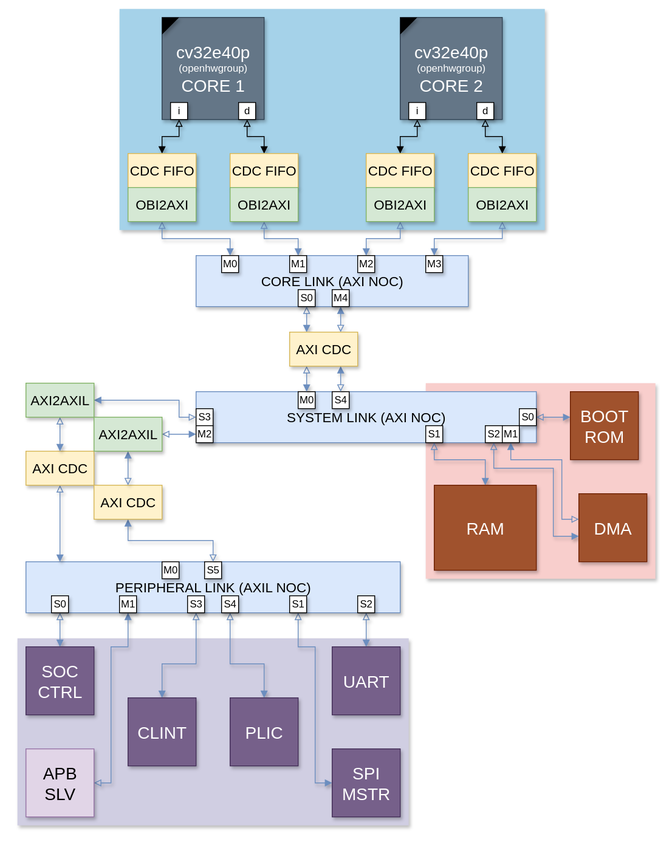
The draw.io diagram document/svg/dual_helix_noc_indexes.svg in DSi-VLSI/dual-helix-soc, before a commit. Source tidied: cells renumbered, new cells last; positions are measured from the earlier drawing's top-left corner, leaving out a move shared by most shapes.
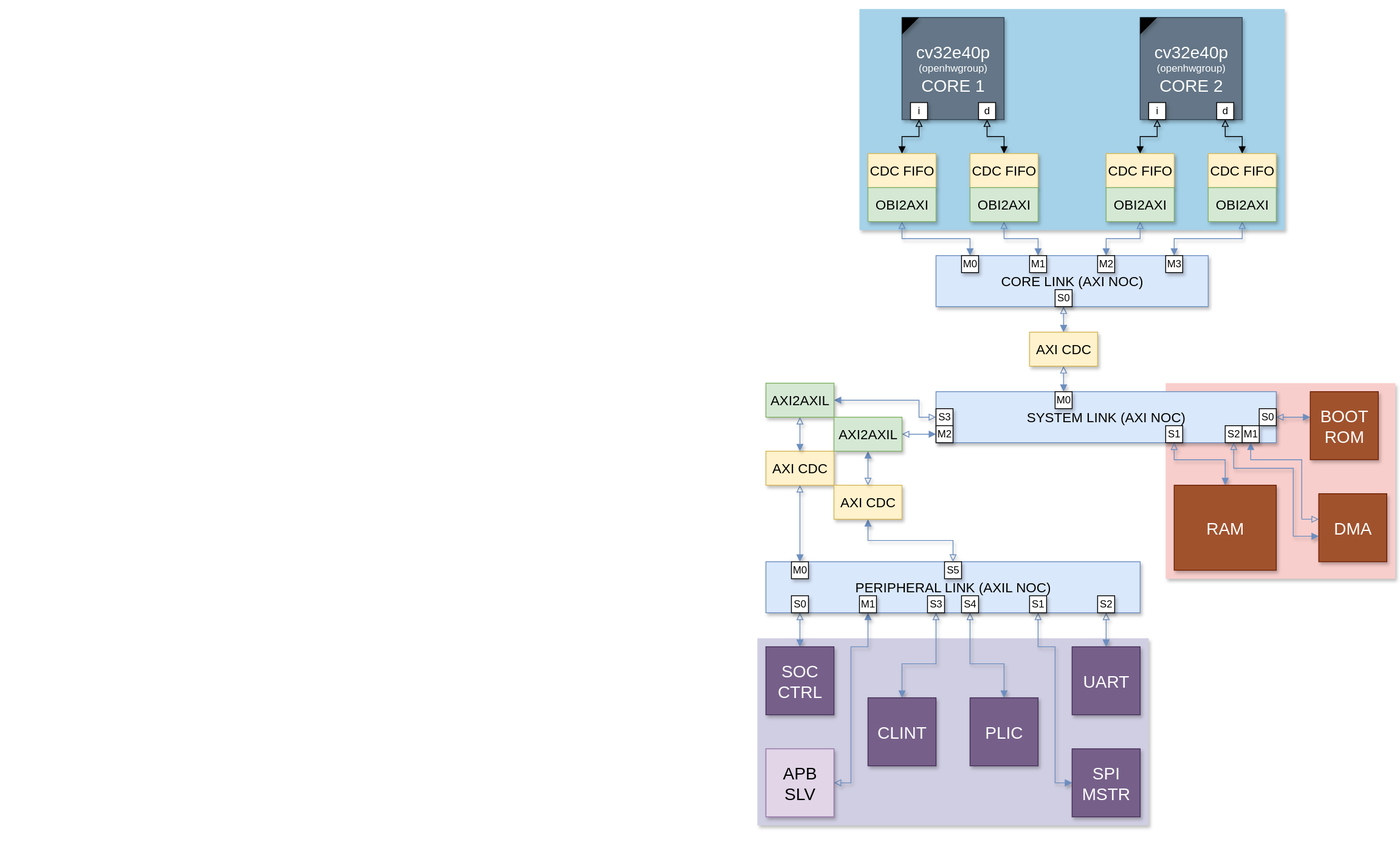
Later version of the same file.

Commit message:
modified:   document/AddressMap.md modified:   document/svg/dual_helix_noc_indexes.svg new file:   submodule/apb

The edit, as a diff of the source:
```diff
@@ -3,7 +3,7 @@
     <mxCell id="0" />
     <mxCell id="1" parent="0" />
     <mxCell id="2" style="rounded=0;whiteSpace=wrap;html=1;strokeColor=none;" parent="1" vertex="1">
-      <mxGeometry width="790" height="990" as="geometry" />
+      <mxGeometry x="-870" width="790" height="990" as="geometry" />
     </mxCell>
     <mxCell id="3" style="rounded=0;whiteSpace=wrap;html=1;fillColor=#f8cecc;strokeColor=none;shadow=1;" parent="1" vertex="1">
       <mxGeometry x="500" y="450" width="270" height="230" as="geometry" />
@@ -123,19 +123,11 @@
     <mxCell id="28" style="edgeStyle=orthogonalEdgeStyle;rounded=0;jettySize=auto;html=1;endArrow=block;endFill=1;startArrow=block;startFill=0;fillColor=#dae8fc;strokeColor=#6c8ebf;shadow=1;" parent="1" edge="1" source="30" target="80">
       <mxGeometry relative="1" as="geometry">
         <Array as="points">
-          <mxPoint x="360" y="380" />
-          <mxPoint x="360" y="380" />
+          <mxPoint x="380" y="380" />
+          <mxPoint x="380" y="380" />
         </Array>
       </mxGeometry>
     </mxCell>
-    <mxCell id="29" style="edgeStyle=orthogonalEdgeStyle;rounded=0;jettySize=auto;html=1;shadow=1;strokeColor=#6c8ebf;align=center;verticalAlign=middle;fontFamily=Helvetica;fontSize=11;fontColor=default;labelBackgroundColor=default;startArrow=block;startFill=0;endArrow=block;endFill=1;fillColor=#dae8fc;" parent="1" edge="1" source="80" target="30">
-      <mxGeometry relative="1" as="geometry">
-        <Array as="points">
-          <mxPoint x="400" y="370" />
-          <mxPoint x="400" y="370" />
-        </Array>
-      </mxGeometry>
-    </mxCell>
     <mxCell id="30" value="&lt;font style=&quot;font-size: 16px;&quot;&gt;CORE LINK (AXI NOC)&lt;/font&gt;" style="rounded=0;whiteSpace=wrap;html=1;shadow=1;fillColor=#dae8fc;strokeColor=#6c8ebf;" parent="1" vertex="1">
       <mxGeometry x="230" y="300" width="320" height="60" as="geometry" />
     </mxCell>
@@ -158,7 +150,7 @@
       <mxGeometry x="230" y="460" width="400" height="60" as="geometry" />
     </mxCell>
     <mxCell id="34" value="S0" style="rounded=0;whiteSpace=wrap;html=1;shadow=1;" parent="1" vertex="1">
-      <mxGeometry x="350" y="340" width="20" height="20" as="geometry" />
+      <mxGeometry x="370" y="340" width="20" height="20" as="geometry" />
     </mxCell>
     <mxCell id="35" value="M0" style="rounded=0;whiteSpace=wrap;html=1;shadow=1;" parent="1" vertex="1">
       <mxGeometry x="260" y="300" width="20" height="20" as="geometry" />
@@ -173,7 +165,7 @@
       <mxGeometry x="500" y="300" width="20" height="20" as="geometry" />
     </mxCell>
     <mxCell id="39" value="M0" style="rounded=0;whiteSpace=wrap;html=1;shadow=1;" parent="1" vertex="1">
-      <mxGeometry x="350" y="460" width="20" height="20" as="geometry" />
+      <mxGeometry x="370" y="460" width="20" height="20" as="geometry" />
     </mxCell>
     <mxCell id="40" style="edgeStyle=orthogonalEdgeStyle;rounded=0;jettySize=auto;html=1;endArrow=block;endFill=1;startArrow=block;startFill=0;fillColor=#dae8fc;strokeColor=#6c8ebf;shadow=1;" parent="1" edge="1" source="33" target="41">
       <mxGeometry relative="1" as="geometry">
@@ -326,7 +318,7 @@
       <mxGeometry x="470" y="20" width="20" height="20" as="geometry" />
     </mxCell>
     <mxCell id="72" value="M0" style="rounded=0;whiteSpace=wrap;html=1;shadow=1;" parent="1" vertex="1">
-      <mxGeometry x="190" y="660" width="20" height="20" as="geometry" />
+      <mxGeometry x="60" y="660" width="20" height="20" as="geometry" />
     </mxCell>
     <mxCell id="73" value="M1" style="rounded=0;whiteSpace=wrap;html=1;shadow=1;" parent="1" vertex="1">
       <mxGeometry x="590" y="500" width="20" height="20" as="geometry" />
@@ -337,28 +329,14 @@
     <mxCell id="75" value="M2" style="rounded=0;whiteSpace=wrap;html=1;shadow=1;" parent="1" vertex="1">
       <mxGeometry x="230" y="500" width="20" height="20" as="geometry" />
     </mxCell>
-    <mxCell id="76" value="S4" style="rounded=0;whiteSpace=wrap;html=1;shadow=1;" parent="1" vertex="1">
-      <mxGeometry x="390" y="460" width="20" height="20" as="geometry" />
-    </mxCell>
-    <mxCell id="77" value="M4" style="rounded=0;whiteSpace=wrap;html=1;shadow=1;" parent="1" vertex="1">
-      <mxGeometry x="390" y="340" width="20" height="20" as="geometry" />
-    </mxCell>
     <mxCell id="78" style="edgeStyle=orthogonalEdgeStyle;rounded=0;jettySize=auto;html=1;shadow=1;strokeColor=#6c8ebf;align=center;verticalAlign=middle;fontFamily=Helvetica;fontSize=11;fontColor=default;labelBackgroundColor=default;startArrow=block;startFill=0;endArrow=block;endFill=1;fillColor=#dae8fc;" parent="1" edge="1" source="80" target="33">
       <mxGeometry relative="1" as="geometry">
         <Array as="points">
-          <mxPoint x="360" y="450" />
-          <mxPoint x="360" y="450" />
+          <mxPoint x="380" y="440" />
+          <mxPoint x="380" y="440" />
         </Array>
       </mxGeometry>
     </mxCell>
-    <mxCell id="79" style="edgeStyle=orthogonalEdgeStyle;rounded=0;jettySize=auto;html=1;shadow=1;strokeColor=#6c8ebf;align=center;verticalAlign=middle;fontFamily=Helvetica;fontSize=11;fontColor=default;labelBackgroundColor=default;startArrow=block;startFill=0;endArrow=block;endFill=1;fillColor=#dae8fc;" parent="1" edge="1" source="33" target="80">
-      <mxGeometry relative="1" as="geometry">
-        <Array as="points">
-          <mxPoint x="400" y="450" />
-          <mxPoint x="400" y="450" />
-        </Array>
-      </mxGeometry>
-    </mxCell>
     <mxCell id="80" value="&lt;font style=&quot;font-size: 16px;&quot;&gt;AXI CDC&lt;/font&gt;" style="rounded=0;whiteSpace=wrap;html=1;shadow=1;fillColor=#fff2cc;strokeColor=#d6b656;" parent="1" vertex="1">
       <mxGeometry x="340" y="390" width="80" height="40" as="geometry" />
     </mxCell>
```
